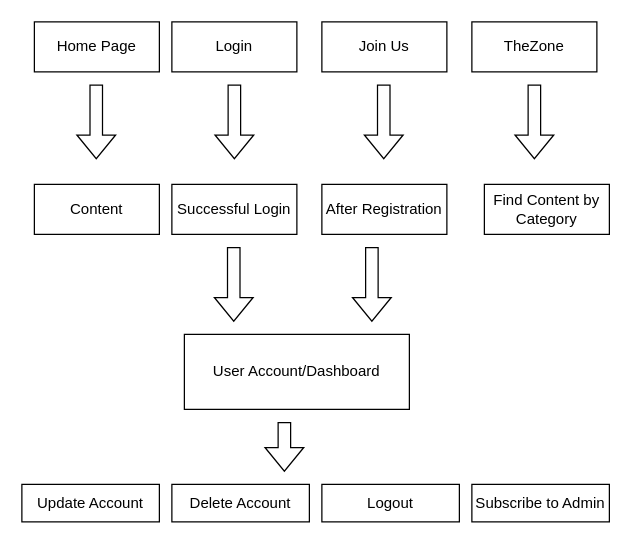
This is Untitled Diagram.drawio from romanerobb/sharezone_ui, a draw.io file, before an edit. Source tidied: cells renumbered, new cells numbered last; positions are measured from the earlier drawing's top-left corner, leaving out a move shared by most shapes. Both pictures are drawn from the tidied source at 125%, with x=0, y=0 at pixel (21, 21).
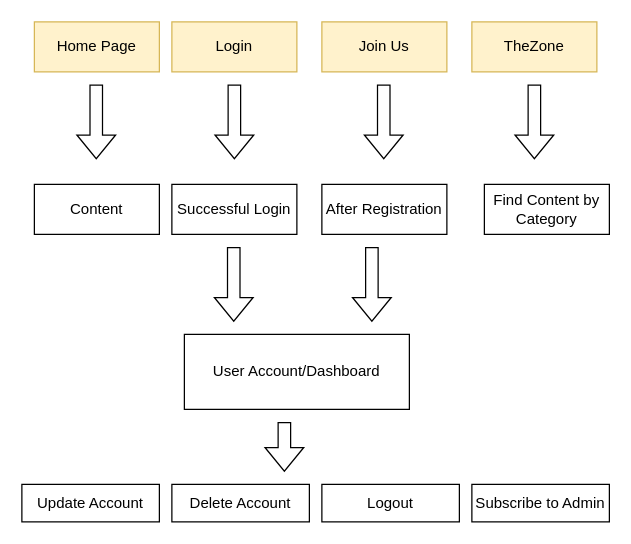
The same diagram, later.

The edit, as a diff of the source:
```diff
@@
-    <mxCell id="2" value="Home Page" style="rounded=0;whiteSpace=wrap;html=1;" parent="1" vertex="1">
+    <mxCell id="2" value="Home Page" style="rounded=0;whiteSpace=wrap;html=1;fillColor=#fff2cc;strokeColor=#d6b656;" parent="1" vertex="1">
       <mxGeometry x="10" width="100" height="40" as="geometry" />
     </mxCell>
-    <mxCell id="3" value="Login" style="rounded=0;whiteSpace=wrap;html=1;" parent="1" vertex="1">
+    <mxCell id="3" value="Login" style="rounded=0;whiteSpace=wrap;html=1;fillColor=#fff2cc;strokeColor=#d6b656;" parent="1" vertex="1">
       <mxGeometry x="120" width="100" height="40" as="geometry" />
     </mxCell>
-    <mxCell id="4" value="Join Us" style="rounded=0;whiteSpace=wrap;html=1;" parent="1" vertex="1">
+    <mxCell id="4" value="Join Us" style="rounded=0;whiteSpace=wrap;html=1;fillColor=#fff2cc;strokeColor=#d6b656;" parent="1" vertex="1">
       <mxGeometry x="240" width="100" height="40" as="geometry" />
     </mxCell>
-    <mxCell id="5" value="TheZone" style="rounded=0;whiteSpace=wrap;html=1;" parent="1" vertex="1">
+    <mxCell id="5" value="TheZone" style="rounded=0;whiteSpace=wrap;html=1;fillColor=#fff2cc;strokeColor=#d6b656;" parent="1" vertex="1">
       <mxGeometry x="360" width="100" height="40" as="geometry" />
     </mxCell>
```
